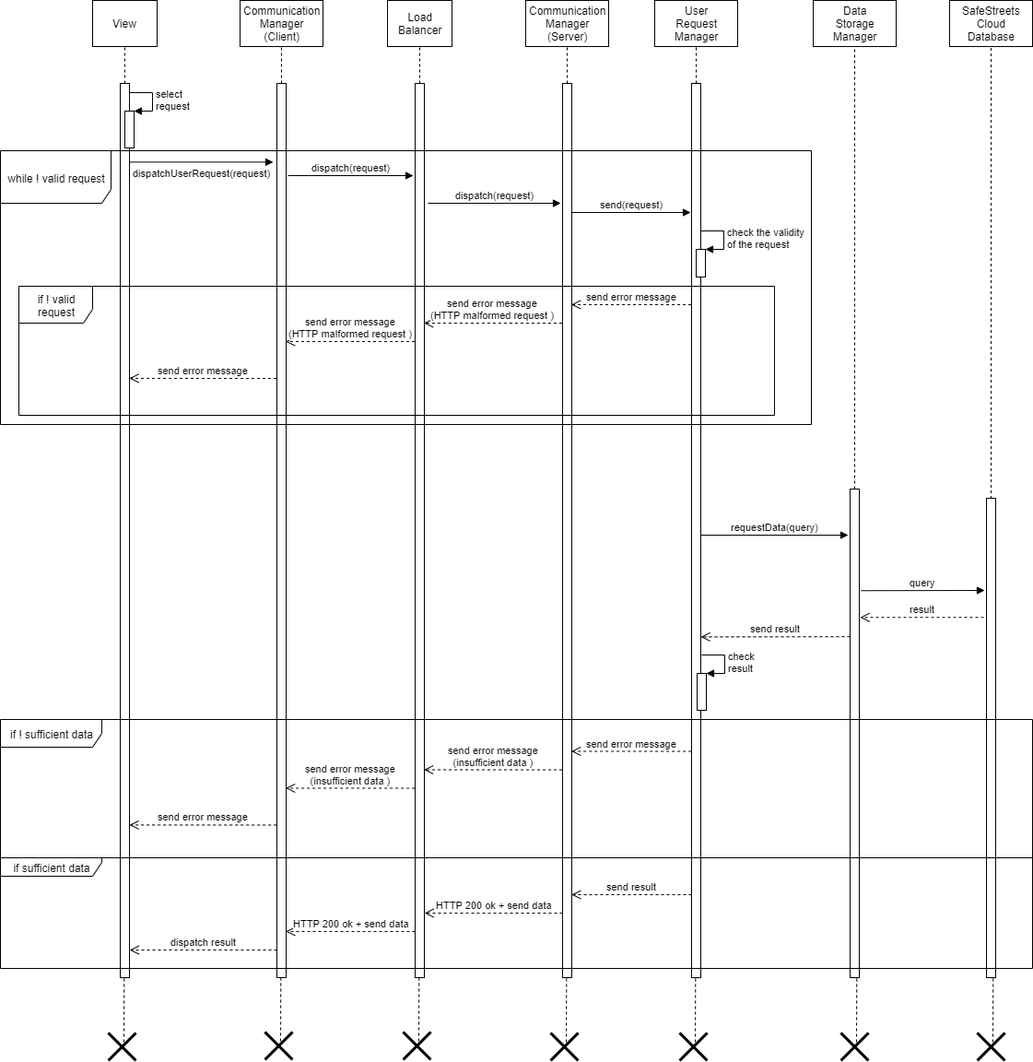
Earlier version of the draw.io export DD/Diagrams/Sequence Diagrams/Runtime View Diagram user request.png (Dany97/MassiniNicolo). Source tidied: cells renumbered, new cells last; positions are measured from the earlier drawing's top-left corner, leaving out a move shared by most shapes.
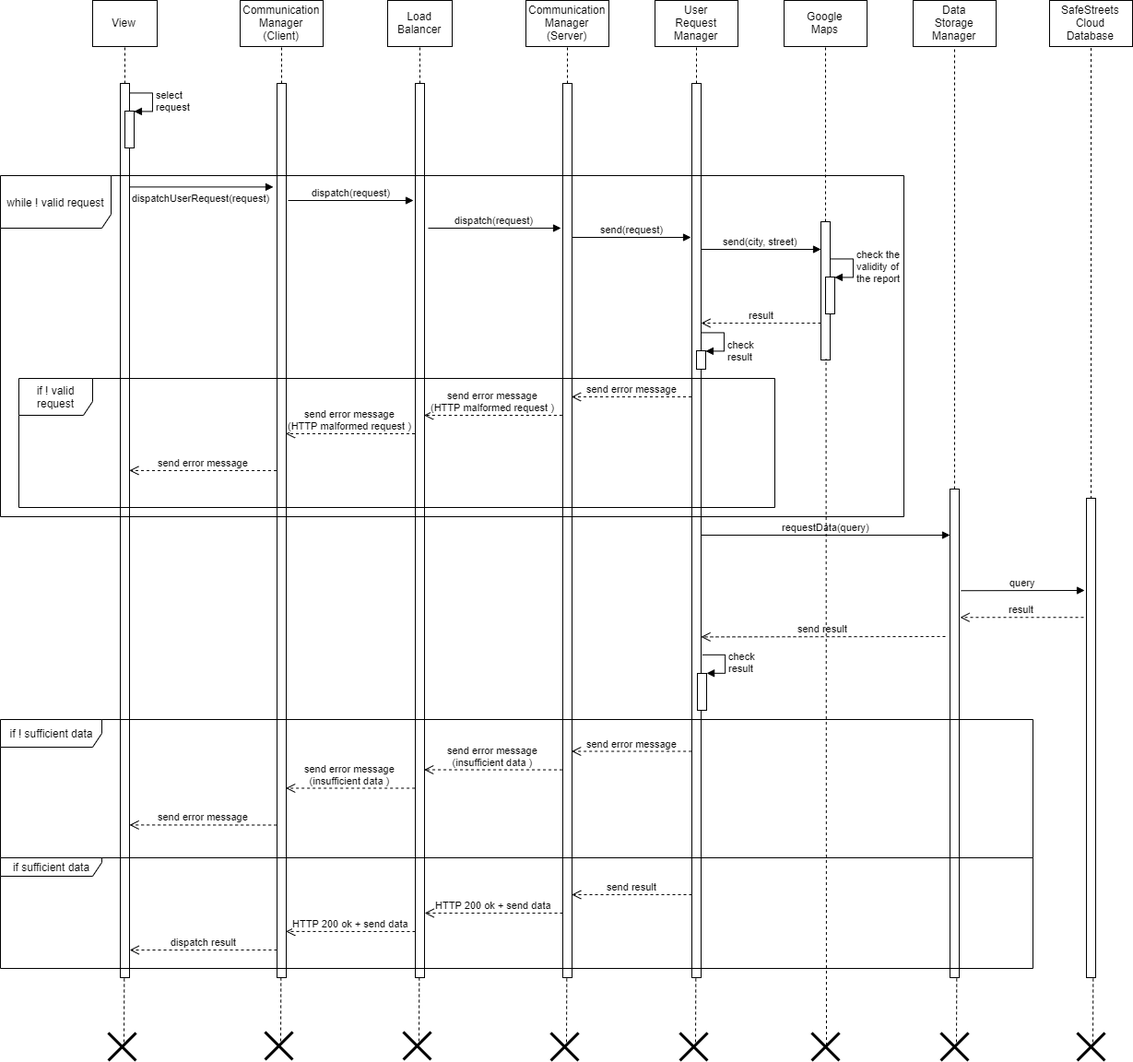
After the change.

The edit, as a diff of the source:
```diff
@@ -57,17 +57,23 @@
         </Array>
       </mxGeometry>
     </mxCell>
-    <mxCell id="16" value="dispatchUserRequest(request)" style="html=1;verticalAlign=bottom;endArrow=block;entryX=-0.4;entryY=0.088;entryDx=0;entryDy=0;entryPerimeter=0;exitX=1;exitY=0.088;exitDx=0;exitDy=0;exitPerimeter=0;" parent="1" edge="1" source="4" target="7">
-      <mxGeometry y="-21" relative="1" as="geometry" />
+    <mxCell id="16" value="dispatchUserRequest(request)" style="html=1;verticalAlign=bottom;endArrow=block;entryX=-0.4;entryY=0.088;entryDx=0;entryDy=0;entryPerimeter=0;exitX=1;exitY=0.088;exitDx=0;exitDy=0;exitPerimeter=0;" parent="1" edge="1">
+      <mxGeometry y="-21" relative="1" as="geometry">
+        <mxPoint x="140" y="202.4" as="sourcePoint" />
+        <mxPoint x="296" y="202.4" as="targetPoint" />
+      </mxGeometry>
     </mxCell>
     <mxCell id="17" value="dispatch(request)" style="html=1;verticalAlign=bottom;endArrow=block;" parent="1" edge="1">
       <mxGeometry relative="1" as="geometry">
-        <mxPoint x="312" y="190" as="sourcePoint" />
-        <mxPoint x="448" y="190" as="targetPoint" />
+        <mxPoint x="312" y="217" as="sourcePoint" />
+        <mxPoint x="448" y="217" as="targetPoint" />
       </mxGeometry>
     </mxCell>
-    <mxCell id="18" value="dispatch(request)" style="html=1;verticalAlign=bottom;endArrow=block;entryX=-0.2;entryY=0.134;entryDx=0;entryDy=0;entryPerimeter=0;exitX=1.4;exitY=0.134;exitDx=0;exitDy=0;exitPerimeter=0;" parent="1" edge="1" source="10" target="13">
-      <mxGeometry relative="1" as="geometry" />
+    <mxCell id="18" value="dispatch(request)" style="html=1;verticalAlign=bottom;endArrow=block;entryX=-0.2;entryY=0.134;entryDx=0;entryDy=0;entryPerimeter=0;exitX=1.4;exitY=0.134;exitDx=0;exitDy=0;exitPerimeter=0;" parent="1" edge="1">
+      <mxGeometry relative="1" as="geometry">
+        <mxPoint x="464" y="247" as="sourcePoint" />
+        <mxPoint x="608" y="247" as="targetPoint" />
+      </mxGeometry>
     </mxCell>
     <mxCell id="19" value="User&lt;br&gt;Request&lt;br&gt;Manager" style="html=1;" parent="1" vertex="1">
       <mxGeometry x="710" width="90" height="50" as="geometry" />
@@ -82,50 +88,50 @@
     </mxCell>
     <mxCell id="22" value="send(request)" style="html=1;verticalAlign=bottom;endArrow=block;" parent="1" edge="1">
       <mxGeometry relative="1" as="geometry">
-        <mxPoint x="620" y="230" as="sourcePoint" />
-        <mxPoint x="749" y="230" as="targetPoint" />
+        <mxPoint x="620" y="257" as="sourcePoint" />
+        <mxPoint x="749" y="257" as="targetPoint" />
       </mxGeometry>
     </mxCell>
     <mxCell id="23" value="Data&lt;br&gt;Storage&lt;br&gt;Manager" style="html=1;" parent="1" vertex="1">
-      <mxGeometry x="882" width="90" height="50" as="geometry" />
+      <mxGeometry x="990" width="90" height="50" as="geometry" />
     </mxCell>
     <mxCell id="24" style="endArrow=none;dashed=1;html=1;entryX=0.5;entryY=1;entryDx=0;entryDy=0;" parent="1" edge="1" source="25" target="23">
       <mxGeometry relative="1" as="geometry" />
     </mxCell>
     <mxCell id="25" style="html=1;points=[];perimeter=orthogonalPerimeter;" parent="1" vertex="1">
-      <mxGeometry x="922" y="530" width="10" height="530" as="geometry" />
+      <mxGeometry x="1030" y="530" width="10" height="530" as="geometry" />
     </mxCell>
     <mxCell id="26" value="SafeStreets&lt;br&gt;Cloud&lt;br&gt;Database" style="html=1;" parent="1" vertex="1">
-      <mxGeometry x="1030" width="90" height="50" as="geometry" />
+      <mxGeometry x="1138" width="90" height="50" as="geometry" />
     </mxCell>
     <mxCell id="27" style="endArrow=none;dashed=1;html=1;entryX=0.5;entryY=1;entryDx=0;entryDy=0;exitX=0.5;exitY=0.001;exitDx=0;exitDy=0;exitPerimeter=0;" parent="1" edge="1" source="28" target="26">
       <mxGeometry relative="1" as="geometry" />
     </mxCell>
     <mxCell id="28" style="html=1;points=[];perimeter=orthogonalPerimeter;" parent="1" vertex="1">
-      <mxGeometry x="1070" y="540" width="10" height="520" as="geometry" />
+      <mxGeometry x="1178" y="540" width="10" height="520" as="geometry" />
     </mxCell>
     <mxCell id="29" value="send error message" style="html=1;verticalAlign=bottom;endArrow=open;dashed=1;endSize=8;" parent="1" edge="1">
       <mxGeometry relative="1" as="geometry">
-        <mxPoint x="749.5" y="330" as="sourcePoint" />
-        <mxPoint x="619.5" y="330" as="targetPoint" />
+        <mxPoint x="749.5" y="430" as="sourcePoint" />
+        <mxPoint x="619.5" y="430" as="targetPoint" />
       </mxGeometry>
     </mxCell>
     <mxCell id="30" value="send error message&lt;br&gt;(HTTP malformed request&amp;nbsp;)" style="html=1;verticalAlign=bottom;endArrow=open;dashed=1;endSize=8;exitX=0.762;exitY=0.273;exitDx=0;exitDy=0;exitPerimeter=0;" parent="1" edge="1">
       <mxGeometry relative="1" as="geometry">
-        <mxPoint x="609.4" y="350.1" as="sourcePoint" />
-        <mxPoint x="459.5" y="350" as="targetPoint" />
+        <mxPoint x="609.4" y="450.1" as="sourcePoint" />
+        <mxPoint x="459.5" y="450" as="targetPoint" />
       </mxGeometry>
     </mxCell>
     <mxCell id="31" value="send error message&lt;br&gt;(HTTP malformed request&amp;nbsp;)" style="html=1;verticalAlign=bottom;endArrow=open;dashed=1;endSize=8;" parent="1" edge="1">
       <mxGeometry relative="1" as="geometry">
-        <mxPoint x="449.5" y="370" as="sourcePoint" />
-        <mxPoint x="309.5" y="370" as="targetPoint" />
+        <mxPoint x="449.5" y="470" as="sourcePoint" />
+        <mxPoint x="309.5" y="470" as="targetPoint" />
       </mxGeometry>
     </mxCell>
     <mxCell id="32" value="send error message" style="html=1;verticalAlign=bottom;endArrow=open;dashed=1;endSize=8;entryX=0.145;entryY=0.545;entryDx=0;entryDy=0;entryPerimeter=0;" parent="1" edge="1">
       <mxGeometry relative="1" as="geometry">
-        <mxPoint x="299.5" y="410" as="sourcePoint" />
-        <mxPoint x="139.8" y="409.9" as="targetPoint" />
+        <mxPoint x="299.5" y="510" as="sourcePoint" />
+        <mxPoint x="139.8" y="509.9" as="targetPoint" />
       </mxGeometry>
     </mxCell>
     <mxCell id="33" value="send result" style="html=1;verticalAlign=bottom;endArrow=open;dashed=1;endSize=8;entryX=0.776;entryY=0.158;entryDx=0;entryDy=0;entryPerimeter=0;" parent="1" edge="1">
@@ -200,60 +206,49 @@
     <mxCell id="46" style="shape=umlDestroy;whiteSpace=wrap;html=1;strokeWidth=3;" parent="1" vertex="1">
       <mxGeometry x="737" y="1120" width="30" height="30" as="geometry" />
     </mxCell>
-    <mxCell id="47" style="html=1;points=[];perimeter=orthogonalPerimeter;" parent="1" vertex="1">
-      <mxGeometry x="755" y="270" width="10" height="30" as="geometry" />
-    </mxCell>
-    <mxCell id="48" value="check the validity&lt;br&gt;of the request" style="edgeStyle=orthogonalEdgeStyle;html=1;align=left;spacingLeft=2;endArrow=block;rounded=0;entryX=1;entryY=0;" parent="1" edge="1" target="47">
-      <mxGeometry relative="1" as="geometry">
-        <mxPoint x="760" y="250" as="sourcePoint" />
-        <Array as="points">
-          <mxPoint x="785" y="250" />
-        </Array>
-      </mxGeometry>
-    </mxCell>
     <mxCell id="49" style="endArrow=none;dashed=1;html=1;entryX=0.729;entryY=1.001;entryDx=0;entryDy=0;entryPerimeter=0;" parent="1" edge="1">
       <mxGeometry relative="1" as="geometry">
-        <mxPoint x="929" y="1130" as="sourcePoint" />
-        <mxPoint x="929.3" y="1060.9" as="targetPoint" />
+        <mxPoint x="1037" y="1130" as="sourcePoint" />
+        <mxPoint x="1037.3" y="1060.9" as="targetPoint" />
       </mxGeometry>
     </mxCell>
     <mxCell id="50" style="shape=umlDestroy;whiteSpace=wrap;html=1;strokeWidth=3;" parent="1" vertex="1">
-      <mxGeometry x="912" y="1120" width="30" height="30" as="geometry" />
+      <mxGeometry x="1020" y="1120" width="30" height="30" as="geometry" />
     </mxCell>
     <mxCell id="51" style="endArrow=none;dashed=1;html=1;entryX=0.729;entryY=1.001;entryDx=0;entryDy=0;entryPerimeter=0;" parent="1" edge="1">
       <mxGeometry relative="1" as="geometry">
-        <mxPoint x="1077" y="1130" as="sourcePoint" />
-        <mxPoint x="1077.3" y="1060.9" as="targetPoint" />
+        <mxPoint x="1185" y="1130" as="sourcePoint" />
+        <mxPoint x="1185.3" y="1060.9" as="targetPoint" />
       </mxGeometry>
     </mxCell>
     <mxCell id="52" style="shape=umlDestroy;whiteSpace=wrap;html=1;strokeWidth=3;" parent="1" vertex="1">
-      <mxGeometry x="1060" y="1120" width="30" height="30" as="geometry" />
+      <mxGeometry x="1168" y="1120" width="30" height="30" as="geometry" />
     </mxCell>
     <mxCell id="53" value="query" style="html=1;verticalAlign=bottom;endArrow=block;entryX=-0.2;entryY=0.173;entryDx=0;entryDy=0;entryPerimeter=0;" parent="1" edge="1">
       <mxGeometry relative="1" as="geometry">
-        <mxPoint x="934" y="640.2" as="sourcePoint" />
-        <mxPoint x="1068" y="640" as="targetPoint" />
+        <mxPoint x="1042" y="640.2" as="sourcePoint" />
+        <mxPoint x="1176" y="640" as="targetPoint" />
       </mxGeometry>
     </mxCell>
     <mxCell id="54" value="result" style="html=1;verticalAlign=bottom;endArrow=open;dashed=1;endSize=8;" parent="1" edge="1">
       <mxGeometry relative="1" as="geometry">
-        <mxPoint x="1067" y="669.2" as="sourcePoint" />
-        <mxPoint x="933" y="669.2" as="targetPoint" />
+        <mxPoint x="1175" y="669.2" as="sourcePoint" />
+        <mxPoint x="1041" y="669.2" as="targetPoint" />
       </mxGeometry>
     </mxCell>
-    <mxCell id="55" value="send result" style="html=1;verticalAlign=bottom;endArrow=open;dashed=1;endSize=8;entryX=1;entryY=0.276;entryDx=0;entryDy=0;entryPerimeter=0;exitX=0;exitY=0.738;exitDx=0;exitDy=0;exitPerimeter=0;" parent="1" edge="1">
+    <mxCell id="55" value="send result" style="html=1;verticalAlign=bottom;endArrow=open;dashed=1;endSize=8;entryX=1;entryY=0.276;entryDx=0;entryDy=0;entryPerimeter=0;" parent="1" edge="1">
       <mxGeometry relative="1" as="geometry">
-        <mxPoint x="922" y="690.2" as="sourcePoint" />
+        <mxPoint x="1025" y="690" as="sourcePoint" />
         <mxPoint x="760" y="690.4" as="targetPoint" />
       </mxGeometry>
     </mxCell>
     <mxCell id="56" value="while ! valid request" style="shape=umlFrame;whiteSpace=wrap;html=1;width=120;height=57;" parent="1" vertex="1">
-      <mxGeometry y="163" width="880" height="297" as="geometry" />
+      <mxGeometry y="190" width="980" height="370" as="geometry" />
     </mxCell>
     <mxCell id="57" value="requestData(query)" style="html=1;verticalAlign=bottom;endArrow=block;" parent="1" edge="1">
       <mxGeometry relative="1" as="geometry">
         <mxPoint x="760" y="580" as="sourcePoint" />
-        <mxPoint x="920" y="580" as="targetPoint" />
+        <mxPoint x="1030" y="580" as="targetPoint" />
       </mxGeometry>
     </mxCell>
     <mxCell id="58" style="html=1;points=[];perimeter=orthogonalPerimeter;" parent="1" vertex="1">
@@ -298,7 +293,58 @@
       <mxGeometry y="930" width="1120" height="120" as="geometry" />
     </mxCell>
     <mxCell id="66" value="if ! valid request" style="shape=umlFrame;whiteSpace=wrap;html=1;width=80;height=40;" parent="1" vertex="1">
-      <mxGeometry x="20" y="310" width="820" height="140" as="geometry" />
+      <mxGeometry x="20" y="410" width="820" height="140" as="geometry" />
     </mxCell>
+    <mxCell id="67" value="Google&lt;br&gt;Maps" style="html=1;" parent="1" vertex="1">
+      <mxGeometry x="850" width="90" height="50" as="geometry" />
+    </mxCell>
+    <mxCell id="68" style="endArrow=none;dashed=1;html=1;entryX=0.5;entryY=1;entryDx=0;entryDy=0;" parent="1" edge="1" source="69" target="67">
+      <mxGeometry relative="1" as="geometry" />
+    </mxCell>
+    <mxCell id="69" style="html=1;points=[];perimeter=orthogonalPerimeter;fontFamily=Helvetica;fontSize=12;fontColor=#000000;align=center;strokeColor=#000000;fillColor=#ffffff;" parent="1" vertex="1">
+      <mxGeometry x="890" y="240" width="10" height="150" as="geometry" />
+    </mxCell>
+    <mxCell id="70" value="send(city, street)" style="html=1;verticalAlign=bottom;endArrow=block;" parent="1" edge="1">
+      <mxGeometry relative="1" as="geometry">
+        <mxPoint x="760" y="270" as="sourcePoint" />
+        <mxPoint x="890" y="270" as="targetPoint" />
+      </mxGeometry>
+    </mxCell>
+    <mxCell id="71" style="html=1;points=[];perimeter=orthogonalPerimeter;" parent="1" vertex="1">
+      <mxGeometry x="895" y="300" width="10" height="40" as="geometry" />
+    </mxCell>
+    <mxCell id="72" value="check the&amp;nbsp;&lt;br&gt;validity of&lt;br&gt;the report" style="edgeStyle=orthogonalEdgeStyle;html=1;align=left;spacingLeft=2;endArrow=block;rounded=0;entryX=1;entryY=0;" parent="1" edge="1" target="71">
+      <mxGeometry relative="1" as="geometry">
+        <mxPoint x="900" y="280" as="sourcePoint" />
+        <Array as="points">
+          <mxPoint x="925" y="280" />
+        </Array>
+      </mxGeometry>
+    </mxCell>
+    <mxCell id="73" value="result" style="html=1;verticalAlign=bottom;endArrow=open;dashed=1;endSize=8;" parent="1" edge="1">
+      <mxGeometry relative="1" as="geometry">
+        <mxPoint x="890" y="350" as="sourcePoint" />
+        <mxPoint x="760" y="350" as="targetPoint" />
+      </mxGeometry>
+    </mxCell>
+    <mxCell id="74" style="html=1;points=[];perimeter=orthogonalPerimeter;" parent="1" vertex="1">
+      <mxGeometry x="755" y="380" width="10" height="20" as="geometry" />
+    </mxCell>
+    <mxCell id="75" value="check&lt;br&gt;result" style="edgeStyle=orthogonalEdgeStyle;html=1;align=left;spacingLeft=2;endArrow=block;rounded=0;entryX=1;entryY=0;" parent="1" edge="1" target="74">
+      <mxGeometry x="0.38" relative="1" as="geometry">
+        <mxPoint x="760" y="360" as="sourcePoint" />
+        <Array as="points">
+          <mxPoint x="785" y="360" />
+        </Array>
+      </mxGeometry>
+    </mxCell>
+    <mxCell id="76" style="endArrow=none;dashed=1;html=1;entryX=0.553;entryY=0.991;entryDx=0;entryDy=0;entryPerimeter=0;" parent="1" edge="1" target="69">
+      <mxGeometry relative="1" as="geometry">
+        <mxPoint x="896" y="1133.5" as="sourcePoint" />
+      </mxGeometry>
+    </mxCell>
+    <mxCell id="77" style="shape=umlDestroy;whiteSpace=wrap;html=1;strokeWidth=3;" parent="1" vertex="1">
+      <mxGeometry x="880" y="1120" width="30" height="30" as="geometry" />
+    </mxCell>
   </root>
 </mxGraphModel>
```
